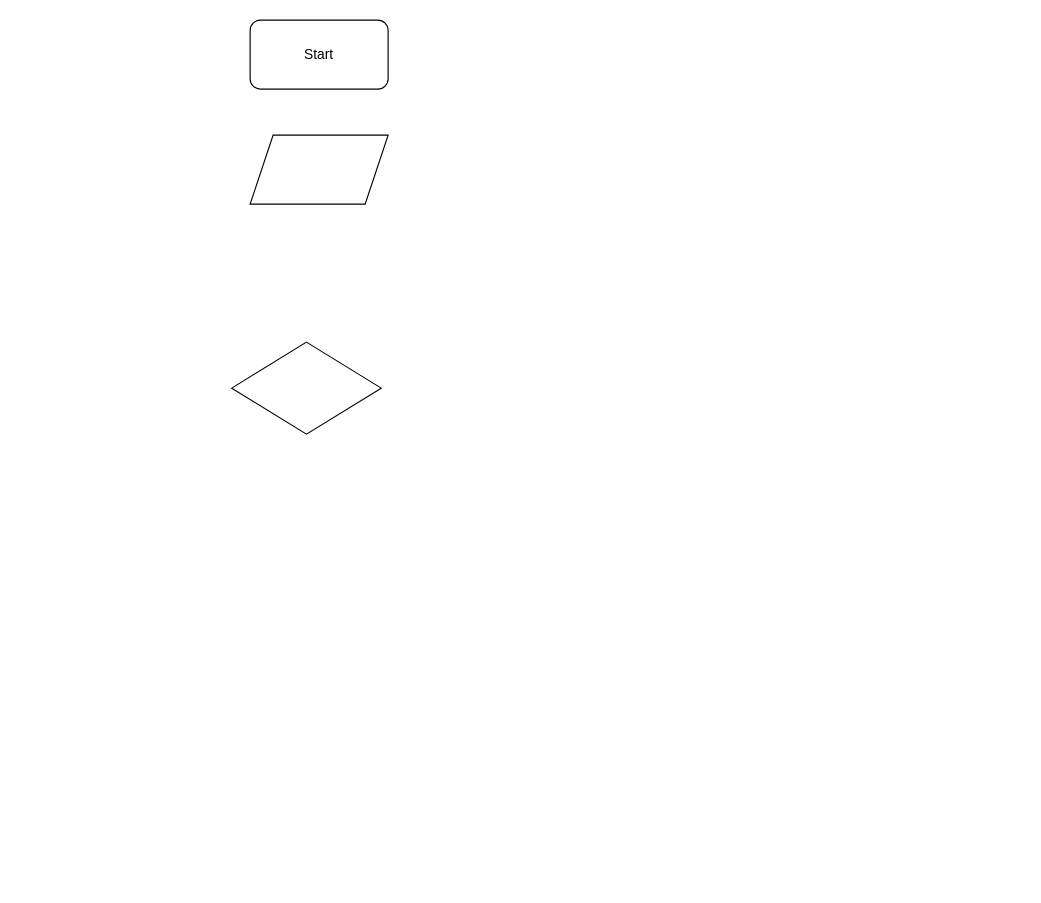
This is fina_work_flow chart.drawio from ealopatin/Final_work_Wellcome, a draw.io file, before an edit. Source tidied: cells renumbered, new cells numbered last; positions are measured from the earlier drawing's top-left corner, leaving out a move shared by most shapes. Both pictures are drawn from the tidied source at 115%, with x=0, y=0 at pixel (231, 20).
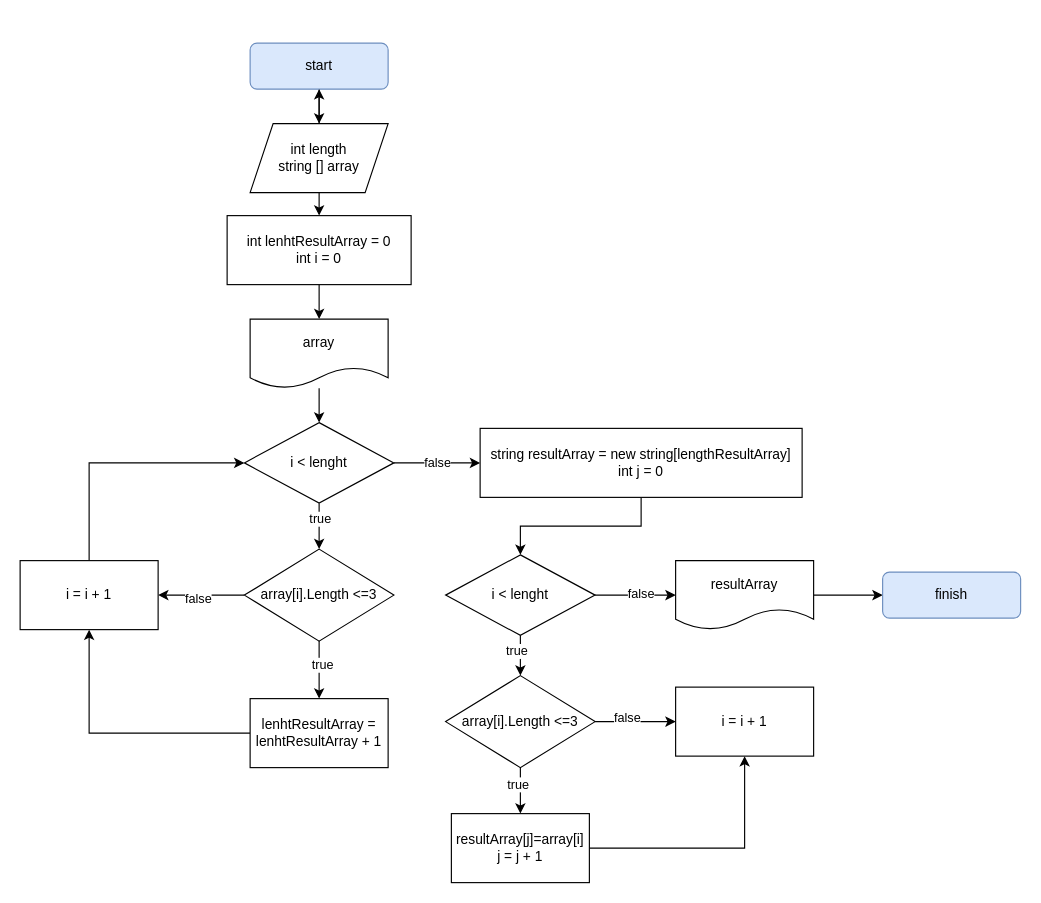
Above is the later version.

Commit message (it also covers changes not shown here):
add drawio flow chart + rename array

Change to the diagram source:
```diff
@@
+    <mxCell id="5" style="edgeStyle=orthogonalEdgeStyle;rounded=0;jettySize=auto;html=1;exitX=0.5;exitY=1;exitDx=0;exitDy=0;entryX=0.5;entryY=0;entryDx=0;entryDy=0;" parent="1" edge="1" source="2" target="4">
+      <mxGeometry relative="1" as="geometry" />
+    </mxCell>
-    <mxCell id="2" value="Start" style="rounded=1;whiteSpace=wrap;html=1;" parent="1" vertex="1">
-      <mxGeometry x="16" width="120" height="60" as="geometry" />
+    <mxCell id="2" value="start" style="rounded=1;whiteSpace=wrap;html=1;fillColor=#dae8fc;strokeColor=#6c8ebf;" parent="1" vertex="1">
+      <mxGeometry x="16" y="20" width="120" height="40" as="geometry" />
     </mxCell>
+    <mxCell id="6" style="edgeStyle=orthogonalEdgeStyle;rounded=0;jettySize=auto;html=1;exitX=0.5;exitY=1;exitDx=0;exitDy=0;" parent="1" edge="1" source="3" target="17">
+      <mxGeometry relative="1" as="geometry" />
+    </mxCell>
+    <mxCell id="7" value="true" style="edgeLabel;html=1;align=center;verticalAlign=middle;" parent="6" vertex="1">
+      <mxGeometry x="0.27" y="4" relative="1" as="geometry">
+        <mxPoint x="-4" y="-12" as="offset" />
+      </mxGeometry>
+    </mxCell>
+    <mxCell id="8" value="false" style="edgeStyle=orthogonalEdgeStyle;rounded=0;jettySize=auto;html=1;" parent="1" edge="1" source="3" target="25">
+      <mxGeometry relative="1" as="geometry" />
+    </mxCell>
-    <mxCell id="3" style="rhombus;whiteSpace=wrap;html=1;" parent="1" vertex="1">
-      <mxGeometry y="280" width="130" height="80" as="geometry" />
+    <mxCell id="3" value="i &amp;lt; lenght" style="rhombus;whiteSpace=wrap;html=1;" parent="1" vertex="1">
+      <mxGeometry x="11" y="350" width="130" height="70" as="geometry" />
     </mxCell>
+    <mxCell id="9" style="edgeStyle=orthogonalEdgeStyle;rounded=0;jettySize=auto;html=1;exitX=0.5;exitY=1;exitDx=0;exitDy=0;entryX=0.5;entryY=0;entryDx=0;entryDy=0;" parent="1" edge="1" source="4" target="12">
+      <mxGeometry relative="1" as="geometry" />
+    </mxCell>
+    <mxCell id="10" style="edgeStyle=orthogonalEdgeStyle;rounded=0;jettySize=auto;html=1;" parent="1" edge="1" source="4" target="2">
+      <mxGeometry relative="1" as="geometry" />
+    </mxCell>
-    <mxCell id="4" style="shape=parallelogram;perimeter=parallelogramPerimeter;whiteSpace=wrap;html=1;fixedSize=1;" parent="1" vertex="1">
-      <mxGeometry x="16" y="100" width="120" height="60" as="geometry" />
+    <mxCell id="4" value="int length&lt;br&gt;string [] array" style="shape=parallelogram;perimeter=parallelogramPerimeter;whiteSpace=wrap;html=1;fixedSize=1;" parent="1" vertex="1">
+      <mxGeometry x="16" y="90" width="120" height="60" as="geometry" />
     </mxCell>
+    <mxCell id="11" style="edgeStyle=orthogonalEdgeStyle;rounded=0;jettySize=auto;html=1;entryX=0.5;entryY=0;entryDx=0;entryDy=0;" parent="1" edge="1" source="12" target="23">
+      <mxGeometry relative="1" as="geometry" />
+    </mxCell>
+    <mxCell id="12" value="int lenhtResultArray = 0&lt;br&gt;int i = 0" style="rounded=0;whiteSpace=wrap;html=1;" parent="1" vertex="1">
+      <mxGeometry x="-4" y="170" width="160" height="60" as="geometry" />
+    </mxCell>
+    <mxCell id="13" style="edgeStyle=orthogonalEdgeStyle;rounded=0;jettySize=auto;html=1;exitX=0.5;exitY=1;exitDx=0;exitDy=0;entryX=0.5;entryY=0;entryDx=0;entryDy=0;" parent="1" edge="1" source="17" target="19">
+      <mxGeometry relative="1" as="geometry" />
+    </mxCell>
+    <mxCell id="14" value="true" style="edgeLabel;html=1;align=center;verticalAlign=middle;" parent="13" vertex="1">
+      <mxGeometry x="-0.21" y="2" relative="1" as="geometry" />
+    </mxCell>
+    <mxCell id="15" style="edgeStyle=orthogonalEdgeStyle;rounded=0;jettySize=auto;html=1;entryX=1;entryY=0.5;entryDx=0;entryDy=0;" parent="1" edge="1" source="17" target="21">
+      <mxGeometry relative="1" as="geometry" />
+    </mxCell>
+    <mxCell id="16" value="false" style="edgeLabel;html=1;align=center;verticalAlign=middle;" parent="15" vertex="1">
+      <mxGeometry x="0.09" y="2" relative="1" as="geometry" />
+    </mxCell>
+    <mxCell id="17" value="array[i].Length &amp;lt;=3" style="rhombus;whiteSpace=wrap;html=1;" parent="1" vertex="1">
+      <mxGeometry x="11" y="460" width="130" height="80" as="geometry" />
+    </mxCell>
+    <mxCell id="18" style="edgeStyle=orthogonalEdgeStyle;rounded=0;jettySize=auto;html=1;entryX=0.5;entryY=1;entryDx=0;entryDy=0;" parent="1" edge="1" source="19" target="21">
+      <mxGeometry relative="1" as="geometry" />
+    </mxCell>
+    <mxCell id="19" value="lenhtResultArray = lenhtResultArray + 1" style="rounded=0;whiteSpace=wrap;html=1;" parent="1" vertex="1">
+      <mxGeometry x="16" y="590" width="120" height="60" as="geometry" />
+    </mxCell>
+    <mxCell id="20" style="edgeStyle=orthogonalEdgeStyle;rounded=0;jettySize=auto;html=1;exitX=0.5;exitY=0;exitDx=0;exitDy=0;entryX=0;entryY=0.5;entryDx=0;entryDy=0;" parent="1" edge="1" source="21" target="3">
+      <mxGeometry relative="1" as="geometry" />
+    </mxCell>
+    <mxCell id="21" value="i = i + 1" style="rounded=0;whiteSpace=wrap;html=1;" parent="1" vertex="1">
+      <mxGeometry x="-184" y="470" width="120" height="60" as="geometry" />
+    </mxCell>
+    <mxCell id="22" style="edgeStyle=orthogonalEdgeStyle;rounded=0;jettySize=auto;html=1;" parent="1" edge="1" source="23" target="3">
+      <mxGeometry relative="1" as="geometry" />
+    </mxCell>
+    <mxCell id="23" value="array" style="shape=document;whiteSpace=wrap;html=1;boundedLbl=1;" parent="1" vertex="1">
+      <mxGeometry x="16" y="260" width="120" height="60" as="geometry" />
+    </mxCell>
+    <mxCell id="24" style="edgeStyle=orthogonalEdgeStyle;rounded=0;jettySize=auto;html=1;entryX=0.5;entryY=0;entryDx=0;entryDy=0;" parent="1" edge="1" source="25" target="30">
+      <mxGeometry relative="1" as="geometry" />
+    </mxCell>
+    <mxCell id="25" value="string resultArray = new string[lengthResultArray]&lt;br&gt;int j = 0" style="rounded=0;whiteSpace=wrap;html=1;" parent="1" vertex="1">
+      <mxGeometry x="216" y="355" width="280" height="60" as="geometry" />
+    </mxCell>
+    <mxCell id="26" style="edgeStyle=orthogonalEdgeStyle;rounded=0;jettySize=auto;html=1;exitX=0.5;exitY=1;exitDx=0;exitDy=0;entryX=0.5;entryY=0;entryDx=0;entryDy=0;" parent="1" edge="1" source="30" target="35">
+      <mxGeometry relative="1" as="geometry" />
+    </mxCell>
+    <mxCell id="27" value="true" style="edgeLabel;html=1;align=center;verticalAlign=middle;" parent="26" vertex="1">
+      <mxGeometry x="-0.3" y="-4" relative="1" as="geometry">
+        <mxPoint y="1" as="offset" />
+      </mxGeometry>
+    </mxCell>
+    <mxCell id="28" style="edgeStyle=orthogonalEdgeStyle;rounded=0;jettySize=auto;html=1;" parent="1" edge="1" source="30" target="40">
+      <mxGeometry relative="1" as="geometry" />
+    </mxCell>
+    <mxCell id="29" value="false" style="edgeLabel;html=1;align=center;verticalAlign=middle;" parent="28" vertex="1">
+      <mxGeometry x="0.08" y="2" relative="1" as="geometry">
+        <mxPoint x="1" as="offset" />
+      </mxGeometry>
+    </mxCell>
+    <mxCell id="30" value="i &amp;lt; lenght" style="rhombus;whiteSpace=wrap;html=1;" parent="1" vertex="1">
+      <mxGeometry x="186" y="465" width="130" height="70" as="geometry" />
+    </mxCell>
+    <mxCell id="31" style="edgeStyle=orthogonalEdgeStyle;rounded=0;jettySize=auto;html=1;" parent="1" edge="1" source="35" target="37">
+      <mxGeometry relative="1" as="geometry" />
+    </mxCell>
+    <mxCell id="32" value="true" style="edgeLabel;html=1;align=center;verticalAlign=middle;" parent="31" vertex="1">
+      <mxGeometry x="-0.31" y="-3" relative="1" as="geometry" />
+    </mxCell>
+    <mxCell id="33" style="edgeStyle=orthogonalEdgeStyle;rounded=0;jettySize=auto;html=1;entryX=0;entryY=0.5;entryDx=0;entryDy=0;" parent="1" edge="1" source="35" target="38">
+      <mxGeometry relative="1" as="geometry" />
+    </mxCell>
+    <mxCell id="34" value="false" style="edgeLabel;html=1;align=center;verticalAlign=middle;" parent="33" vertex="1">
+      <mxGeometry x="-0.22" y="4" relative="1" as="geometry" />
+    </mxCell>
+    <mxCell id="35" value="array[i].Length &amp;lt;=3" style="rhombus;whiteSpace=wrap;html=1;" parent="1" vertex="1">
+      <mxGeometry x="186" y="570" width="130" height="80" as="geometry" />
+    </mxCell>
+    <mxCell id="36" style="edgeStyle=orthogonalEdgeStyle;rounded=0;jettySize=auto;html=1;entryX=0.5;entryY=1;entryDx=0;entryDy=0;" parent="1" edge="1" source="37" target="38">
+      <mxGeometry relative="1" as="geometry" />
+    </mxCell>
+    <mxCell id="37" value="resultArray[j]=array[i]&lt;br&gt;j = j + 1" style="rounded=0;whiteSpace=wrap;html=1;" parent="1" vertex="1">
+      <mxGeometry x="191" y="690" width="120" height="60" as="geometry" />
+    </mxCell>
+    <mxCell id="38" value="i = i + 1" style="rounded=0;whiteSpace=wrap;html=1;" parent="1" vertex="1">
+      <mxGeometry x="386" y="580" width="120" height="60" as="geometry" />
+    </mxCell>
+    <mxCell id="39" style="edgeStyle=orthogonalEdgeStyle;rounded=0;jettySize=auto;html=1;" parent="1" edge="1" source="40" target="41">
+      <mxGeometry relative="1" as="geometry" />
+    </mxCell>
+    <mxCell id="40" value="resultArray" style="shape=document;whiteSpace=wrap;html=1;boundedLbl=1;" parent="1" vertex="1">
+      <mxGeometry x="386" y="470" width="120" height="60" as="geometry" />
+    </mxCell>
+    <mxCell id="41" value="finish" style="rounded=1;whiteSpace=wrap;html=1;fillColor=#dae8fc;strokeColor=#6c8ebf;" parent="1" vertex="1">
+      <mxGeometry x="566" y="480" width="120" height="40" as="geometry" />
+    </mxCell>
```
